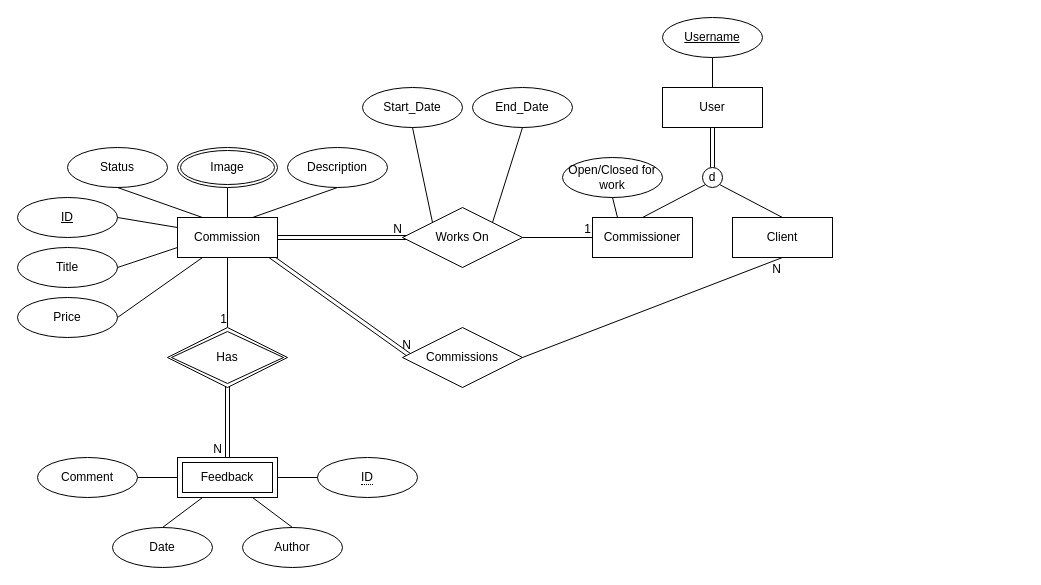
The draw.io diagram Diagrams/Phase1.drawio in CocoaMilka/CS2300_Diagrams, before the edit. Source tidied: cells renumbered, new cells numbered last; positions are measured from the earlier drawing's top-left corner, leaving out a move shared by most shapes. Both pictures are drawn from the tidied source at 100%, with x=0, y=0 at pixel (17, 17).
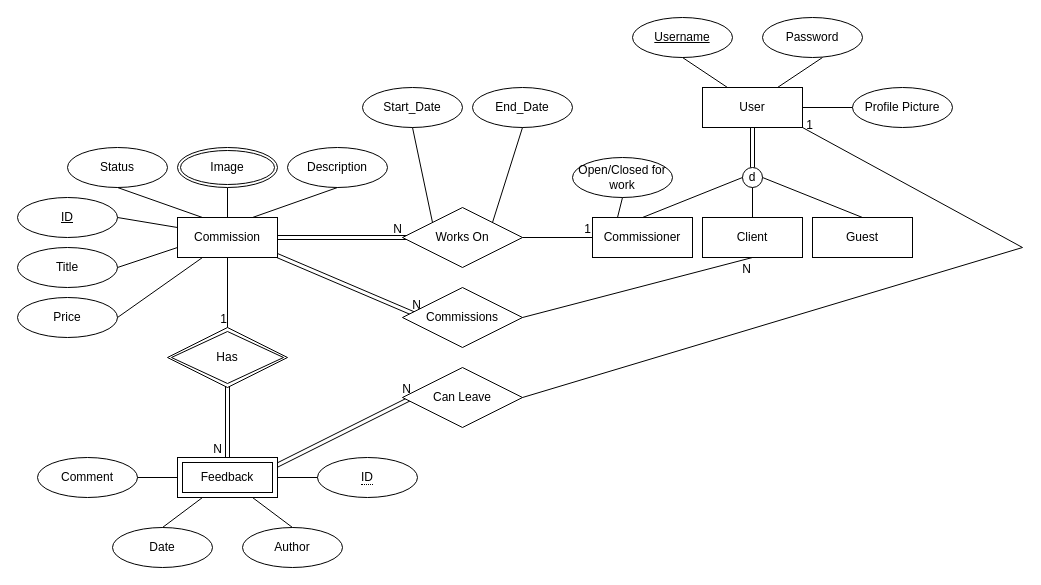
The same diagram, later.

The change refers to these unchanged cells:
```xml
<mxCell id="8" value="Commissioner" style="whiteSpace=wrap;html=1;align=center;" parent="1" vertex="1">
  <mxGeometry x="575" y="200" width="100" height="40" as="geometry" />
</mxCell>
<mxCell id="9" value="&lt;div&gt;Commission&lt;/div&gt;" style="whiteSpace=wrap;html=1;align=center;" parent="1" vertex="1">
  <mxGeometry x="160" y="200" width="100" height="40" as="geometry" />
</mxCell>
<mxCell id="10" value="Feedback" style="shape=ext;margin=3;double=1;whiteSpace=wrap;html=1;align=center;" parent="1" vertex="1">
  <mxGeometry x="160" y="440" width="100" height="40" as="geometry" />
</mxCell>
```

Diff of the diagram source:
```diff
@@
+    <mxCell id="55" style="shape=link;html=1;rounded=0;exitX=0.95;exitY=0.25;exitDx=0;exitDy=0;entryX=0.083;entryY=0.5;entryDx=0;entryDy=0;exitPerimeter=0;entryPerimeter=0;" parent="1" edge="1" source="10" target="63">
+      <mxGeometry relative="1" as="geometry" />
+    </mxCell>
+    <mxCell id="56" value="N" style="html=1;whiteSpace=wrap;align=right;verticalAlign=bottom;" parent="55" vertex="1">
+      <mxGeometry x="1" relative="1" as="geometry" />
+    </mxCell>
@@
-    <mxCell id="6" style="shape=link;html=1;rounded=0;shadow=0;exitX=0.808;exitY=0.75;exitDx=0;exitDy=0;exitPerimeter=0;" parent="1" edge="1" source="9">
-      <mxGeometry relative="1" as="geometry">
-        <mxPoint x="395" y="340" as="targetPoint" />
-      </mxGeometry>
+    <mxCell id="6" style="shape=link;html=1;rounded=0;shadow=0;exitX=0.808;exitY=0.75;exitDx=0;exitDy=0;exitPerimeter=0;entryX=0.167;entryY=0.5;entryDx=0;entryDy=0;entryPerimeter=0;" parent="1" edge="1" source="9" target="50">
+      <mxGeometry relative="1" as="geometry" />
     </mxCell>
@@
     <mxCell id="11" value="Client" style="whiteSpace=wrap;html=1;align=center;" parent="1" vertex="1">
-      <mxGeometry x="715" y="200" width="100" height="40" as="geometry" />
+      <mxGeometry x="685" y="200" width="100" height="40" as="geometry" />
     </mxCell>
@@
     <mxCell id="40" value="User" style="whiteSpace=wrap;html=1;align=center;" parent="1" vertex="1">
-      <mxGeometry x="645" y="70" width="100" height="40" as="geometry" />
+      <mxGeometry x="685" y="70" width="100" height="40" as="geometry" />
     </mxCell>
     <mxCell id="41" value="Username" style="ellipse;whiteSpace=wrap;html=1;align=center;fontStyle=4;" parent="1" vertex="1">
-      <mxGeometry x="645" width="100" height="40" as="geometry" />
+      <mxGeometry x="615" width="100" height="40" as="geometry" />
     </mxCell>
-    <mxCell id="42" style="endArrow=none;html=1;rounded=0;exitX=0.5;exitY=0;exitDx=0;exitDy=0;entryX=0.5;entryY=1;entryDx=0;entryDy=0;" parent="1" edge="1" source="40" target="41">
+    <mxCell id="42" style="endArrow=none;html=1;rounded=0;exitX=0.25;exitY=0;exitDx=0;exitDy=0;entryX=0.5;entryY=1;entryDx=0;entryDy=0;" parent="1" edge="1" source="40" target="41">
       <mxGeometry relative="1" as="geometry" />
     </mxCell>
     <mxCell id="43" value="d" style="ellipse;whiteSpace=wrap;html=1;" parent="1" vertex="1">
-      <mxGeometry x="685" y="150" width="20" height="20" as="geometry" />
+      <mxGeometry x="725" y="150" width="20" height="20" as="geometry" />
     </mxCell>
-    <mxCell id="44" style="endArrow=none;html=1;rounded=0;entryX=0;entryY=1;entryDx=0;entryDy=0;exitX=0.5;exitY=0;exitDx=0;exitDy=0;" parent="1" edge="1" source="8" target="43">
+    <mxCell id="44" style="endArrow=none;html=1;rounded=0;entryX=0;entryY=0.5;entryDx=0;entryDy=0;exitX=0.5;exitY=0;exitDx=0;exitDy=0;" parent="1" edge="1" source="8" target="43">
       <mxGeometry relative="1" as="geometry" />
     </mxCell>
-    <mxCell id="45" style="endArrow=none;html=1;rounded=0;entryX=1;entryY=1;entryDx=0;entryDy=0;exitX=0.5;exitY=0;exitDx=0;exitDy=0;" parent="1" edge="1" source="11" target="43">
+    <mxCell id="45" style="endArrow=none;html=1;rounded=0;entryX=0.5;entryY=1;entryDx=0;entryDy=0;exitX=0.5;exitY=0;exitDx=0;exitDy=0;" parent="1" edge="1" source="11" target="43">
       <mxGeometry relative="1" as="geometry" />
     </mxCell>
@@
     <mxCell id="50" value="Commissions" style="shape=rhombus;perimeter=rhombusPerimeter;whiteSpace=wrap;html=1;align=center;" parent="1" vertex="1">
-      <mxGeometry x="385" y="310" width="120" height="60" as="geometry" />
+      <mxGeometry x="385" y="270" width="120" height="60" as="geometry" />
     </mxCell>
@@
     <mxCell id="53" value="Open/Closed for work" style="ellipse;whiteSpace=wrap;html=1;align=center;" parent="1" vertex="1">
-      <mxGeometry x="545" y="140" width="100" height="40" as="geometry" />
+      <mxGeometry x="555" y="140" width="100" height="40" as="geometry" />
     </mxCell>
@@
+    <mxCell id="57" value="Guest" style="whiteSpace=wrap;html=1;align=center;" parent="1" vertex="1">
+      <mxGeometry x="795" y="200" width="100" height="40" as="geometry" />
+    </mxCell>
+    <mxCell id="58" style="endArrow=none;html=1;rounded=0;entryX=1;entryY=0.5;entryDx=0;entryDy=0;exitX=0.5;exitY=0;exitDx=0;exitDy=0;" parent="1" edge="1" source="57" target="43">
+      <mxGeometry relative="1" as="geometry" />
+    </mxCell>
+    <mxCell id="59" value="Password" style="ellipse;whiteSpace=wrap;html=1;align=center;" parent="1" vertex="1">
+      <mxGeometry x="745" width="100" height="40" as="geometry" />
+    </mxCell>
+    <mxCell id="60" style="endArrow=none;html=1;rounded=0;entryX=0.75;entryY=0;entryDx=0;entryDy=0;" parent="1" edge="1" target="40">
+      <mxGeometry relative="1" as="geometry">
+        <mxPoint x="805" y="40" as="sourcePoint" />
+      </mxGeometry>
+    </mxCell>
+    <mxCell id="61" value="Profile Picture" style="ellipse;whiteSpace=wrap;html=1;align=center;" parent="1" vertex="1">
+      <mxGeometry x="835" y="70" width="100" height="40" as="geometry" />
+    </mxCell>
+    <mxCell id="62" style="endArrow=none;html=1;rounded=0;entryX=1;entryY=0.5;entryDx=0;entryDy=0;exitX=0;exitY=0.5;exitDx=0;exitDy=0;" parent="1" edge="1" source="61" target="40">
+      <mxGeometry relative="1" as="geometry" />
+    </mxCell>
+    <mxCell id="63" value="Can Leave" style="shape=rhombus;perimeter=rhombusPerimeter;whiteSpace=wrap;html=1;align=center;" parent="1" vertex="1">
+      <mxGeometry x="385" y="350" width="120" height="60" as="geometry" />
+    </mxCell>
+    <mxCell id="64" style="endArrow=none;html=1;rounded=0;exitX=1;exitY=0.5;exitDx=0;exitDy=0;entryX=1;entryY=1;entryDx=0;entryDy=0;" parent="1" edge="1" source="63" target="40">
+      <mxGeometry relative="1" as="geometry">
+        <Array as="points">
+          <mxPoint x="1005" y="230" />
+        </Array>
+      </mxGeometry>
+    </mxCell>
+    <mxCell id="65" value="1" style="html=1;whiteSpace=wrap;align=right;verticalAlign=bottom;" parent="1" vertex="1">
+      <mxGeometry x="755" y="260" as="geometry">
+        <mxPoint x="42" y="-144" as="offset" />
+      </mxGeometry>
+    </mxCell>
```
